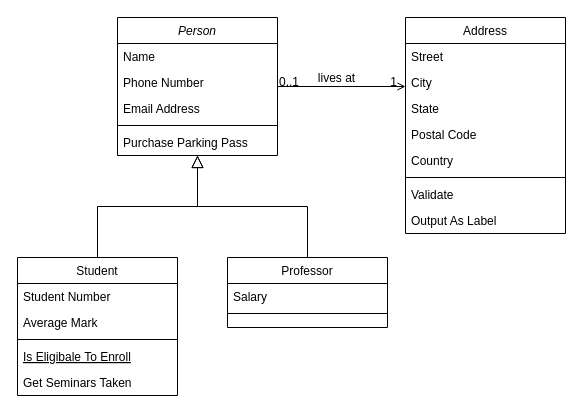
The draw.io diagram Untitled Diagram.drawio in FSDavila/SGCT-1.0, before the edit. Source tidied: cells renumbered, new cells numbered last; positions are measured from the earlier drawing's top-left corner, leaving out a move shared by most shapes. Both pictures are drawn from the tidied source at 100%, with x=0, y=0 at pixel (17, 17).
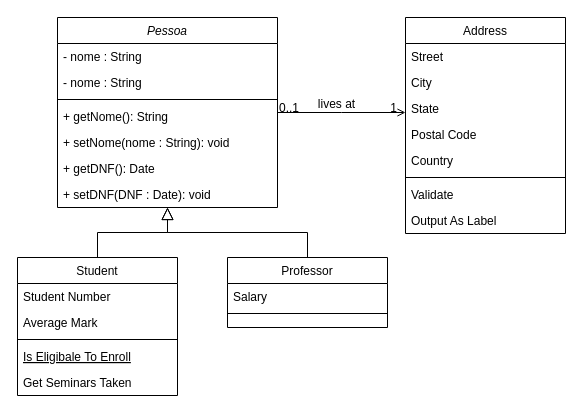
The same diagram, later.

Commit message:
Diagrama de Classes SGCT.drawio

What changed in the source:
```diff
@@
-    <mxCell id="2" value="Person" style="swimlane;fontStyle=2;align=center;verticalAlign=top;horizontal=1;startSize=26;rounded=0;shadow=0;strokeWidth=1;" parent="1" vertex="1">
-      <mxGeometry x="100" width="160" height="138" as="geometry" />
+    <mxCell id="2" value="Pessoa" style="swimlane;fontStyle=2;align=center;verticalAlign=top;horizontal=1;startSize=26;rounded=0;shadow=0;strokeWidth=1;" parent="1" vertex="1">
+      <mxGeometry x="40" width="220" height="190" as="geometry" />
     </mxCell>
-    <mxCell id="3" value="Name" style="text;align=left;verticalAlign=top;spacingLeft=4;spacingRight=4;overflow=hidden;" parent="2" vertex="1">
-      <mxGeometry y="26" width="160" height="26" as="geometry" />
+    <mxCell id="3" value="- nome : String&#10;" style="text;align=left;verticalAlign=top;spacingLeft=4;spacingRight=4;overflow=hidden;" parent="2" vertex="1">
+      <mxGeometry y="26" width="220" height="26" as="geometry" />
     </mxCell>
-    <mxCell id="4" value="Phone Number" style="text;align=left;verticalAlign=top;spacingLeft=4;spacingRight=4;overflow=hidden;rounded=0;shadow=0;html=0;" parent="2" vertex="1">
-      <mxGeometry y="52" width="160" height="26" as="geometry" />
-    </mxCell>
-    <mxCell id="5" value="Email Address" style="text;align=left;verticalAlign=top;spacingLeft=4;spacingRight=4;overflow=hidden;rounded=0;shadow=0;html=0;" parent="2" vertex="1">
-      <mxGeometry y="78" width="160" height="26" as="geometry" />
-    </mxCell>
+    <mxCell id="32" value="- nome : String&#10;" style="text;align=left;verticalAlign=top;spacingLeft=4;spacingRight=4;overflow=hidden;" parent="2" vertex="1">
+      <mxGeometry y="52" width="220" height="26" as="geometry" />
+    </mxCell>
     <mxCell id="6" style="line;html=1;strokeWidth=1;align=left;verticalAlign=middle;spacingTop=-1;spacingLeft=3;spacingRight=3;labelPosition=right;" parent="2" vertex="1">
-      <mxGeometry y="104" width="160" height="8" as="geometry" />
+      <mxGeometry y="78" width="220" height="8" as="geometry" />
     </mxCell>
-    <mxCell id="7" value="Purchase Parking Pass" style="text;align=left;verticalAlign=top;spacingLeft=4;spacingRight=4;overflow=hidden;" parent="2" vertex="1">
-      <mxGeometry y="112" width="160" height="26" as="geometry" />
+    <mxCell id="7" value="+ getNome(): String" style="text;align=left;verticalAlign=top;spacingLeft=4;spacingRight=4;overflow=hidden;" parent="2" vertex="1">
+      <mxGeometry y="86" width="220" height="26" as="geometry" />
     </mxCell>
+    <mxCell id="33" value="+ setNome(nome : String): void" style="text;align=left;verticalAlign=top;spacingLeft=4;spacingRight=4;overflow=hidden;" parent="2" vertex="1">
+      <mxGeometry y="112" width="220" height="26" as="geometry" />
+    </mxCell>
+    <mxCell id="34" value="+ getDNF(): Date" style="text;align=left;verticalAlign=top;spacingLeft=4;spacingRight=4;overflow=hidden;" parent="2" vertex="1">
+      <mxGeometry y="138" width="220" height="26" as="geometry" />
+    </mxCell>
+    <mxCell id="35" value="+ setDNF(DNF : Date): void" style="text;align=left;verticalAlign=top;spacingLeft=4;spacingRight=4;overflow=hidden;" parent="2" vertex="1">
+      <mxGeometry y="164" width="220" height="26" as="geometry" />
+    </mxCell>
```
